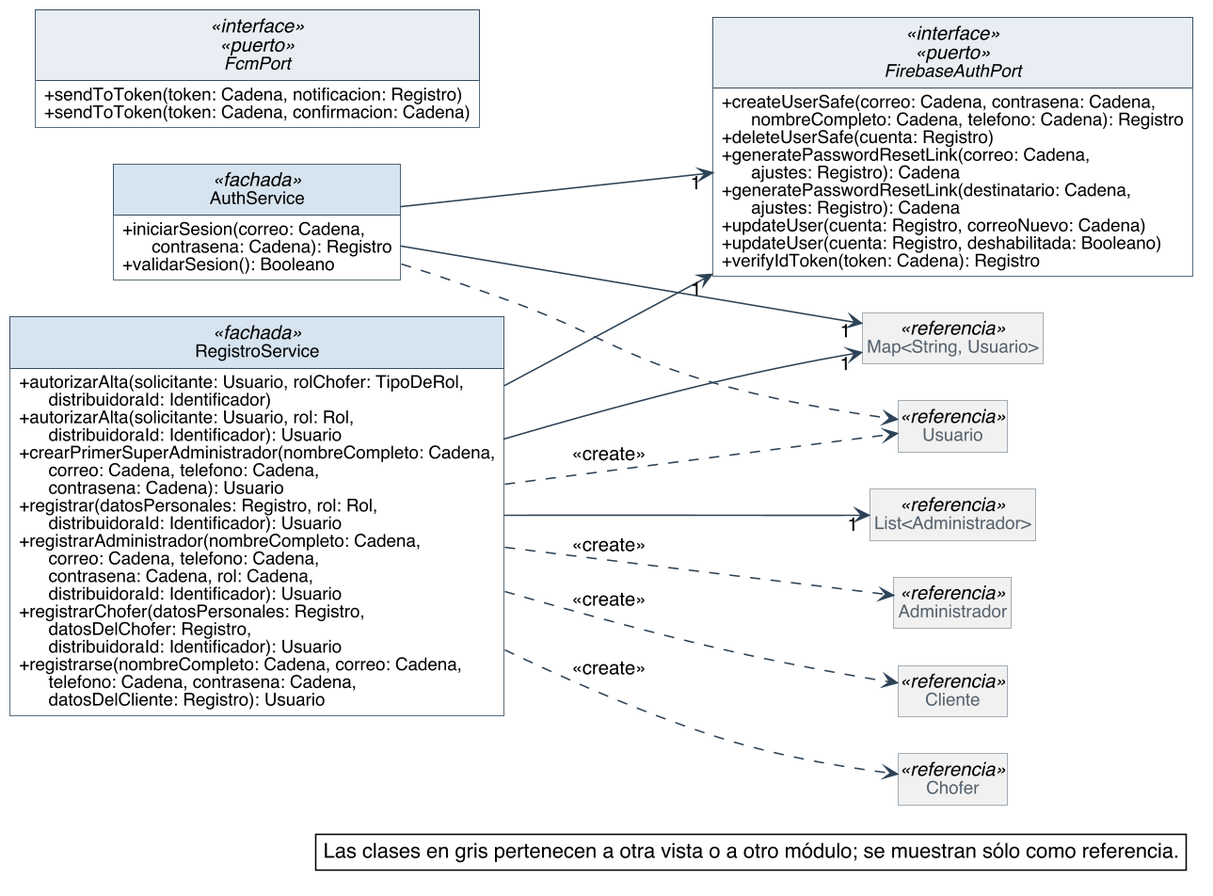
Nahuelito-Dev/splg-docs keeps this PlantUML diagram as diagramas/clases-diseno/DC_Mod_Sesion-y-registro.png. Above is the earlier version. The source it was exported from:
```plantuml
@startuml
skinparam backgroundColor #FFFFFF
skinparam shadowing false
skinparam defaultFontName Helvetica
skinparam defaultFontSize 13
skinparam dpi 150
skinparam nodesep 40
skinparam ranksep 55
skinparam classAttributeIconSize 0
skinparam roundCorner 0
skinparam genericDisplay old
skinparam class {
  BorderColor #2C4257
  BackgroundColor #FFFFFF
  ArrowColor #2C4257
  FontSize 14
  AttributeFontSize 12
  HeaderBackgroundColor #E8EEF3
}
skinparam class<<referencia>> {
  BackgroundColor #F1F1F1
  BorderColor #8A97A3
  FontColor #55616C
}
skinparam class<<fachada>> {
  HeaderBackgroundColor #D6E4F0
}
skinparam class<<controlador>> {
  HeaderBackgroundColor #D6E4F0
}
skinparam class<<fabricación pura>> {
  HeaderBackgroundColor #F3E9CF
}
skinparam class<<colección>> {
  HeaderBackgroundColor #E6E6E6
}
skinparam class<<adaptador>> {
  HeaderBackgroundColor #DCEBDD
}
skinparam interface {
  BorderColor #2C4257
  BackgroundColor #FFFFFF
  HeaderBackgroundColor #DCEBDD
  FontSize 14
  AttributeFontSize 12
}
skinparam note {
  BackgroundColor #FFFFFF
  BorderColor #2C4257
}
skinparam packageStyle rectangle
skinparam package {
  BorderColor #8A97A3
  FontSize 13
  FontColor #55616C
}
hide circle
hide empty members

left to right direction
skinparam nodesep 25
skinparam ranksep 90
class AuthService <<fachada>> {
  + iniciarSesion(correo: Cadena,\n      contrasena: Cadena): Registro
  + validarSesion(): Booleano
}
class RegistroService <<fachada>> {
  + autorizarAlta(solicitante: Usuario, rolChofer: TipoDeRol,\n      distribuidoraId: Identificador)
  + autorizarAlta(solicitante: Usuario, rol: Rol,\n      distribuidoraId: Identificador): Usuario
  + crearPrimerSuperAdministrador(nombreCompleto: Cadena,\n      correo: Cadena, telefono: Cadena,\n      contrasena: Cadena): Usuario
  + registrar(datosPersonales: Registro, rol: Rol,\n      distribuidoraId: Identificador): Usuario
  + registrarAdministrador(nombreCompleto: Cadena,\n      correo: Cadena, telefono: Cadena,\n      contrasena: Cadena, rol: Cadena,\n      distribuidoraId: Identificador): Usuario
  + registrarChofer(datosPersonales: Registro,\n      datosDelChofer: Registro,\n      distribuidoraId: Identificador): Usuario
  + registrarse(nombreCompleto: Cadena, correo: Cadena,\n      telefono: Cadena, contrasena: Cadena,\n      datosDelCliente: Registro): Usuario
}
interface FirebaseAuthPort <<interface>> <<puerto>> {
  + createUserSafe(correo: Cadena, contrasena: Cadena,\n      nombreCompleto: Cadena, telefono: Cadena): Registro
  + deleteUserSafe(cuenta: Registro)
  + generatePasswordResetLink(correo: Cadena,\n      ajustes: Registro): Cadena
  + generatePasswordResetLink(destinatario: Cadena,\n      ajustes: Registro): Cadena
  + updateUser(cuenta: Registro, correoNuevo: Cadena)
  + updateUser(cuenta: Registro, deshabilitada: Booleano)
  + verifyIdToken(token: Cadena): Registro
}
interface FcmPort <<interface>> <<puerto>> {
  + sendToToken(token: Cadena, notificacion: Registro)
  + sendToToken(token: Cadena, confirmacion: Cadena)
}
class "Map<String, Usuario>" as Map_String_Usuario <<referencia>>
class "List<Administrador>" as List_Administrador <<referencia>>
class Usuario <<referencia>>
class Cliente <<referencia>>
class Chofer <<referencia>>
class Administrador <<referencia>>

AuthService --> "1" FirebaseAuthPort
AuthService --> "1" Map_String_Usuario
RegistroService --> "1" FirebaseAuthPort
RegistroService --> "1" List_Administrador
RegistroService --> "1" Map_String_Usuario
AuthService ..> Usuario
RegistroService ..> Administrador : <<create>>
RegistroService ..> Chofer : <<create>>
RegistroService ..> Cliente : <<create>>
RegistroService ..> Usuario : <<create>>

legend bottom right
  Las clases en gris pertenecen a otra vista o a otro módulo; se muestran sólo como referencia.
endlegend
@enduml
```
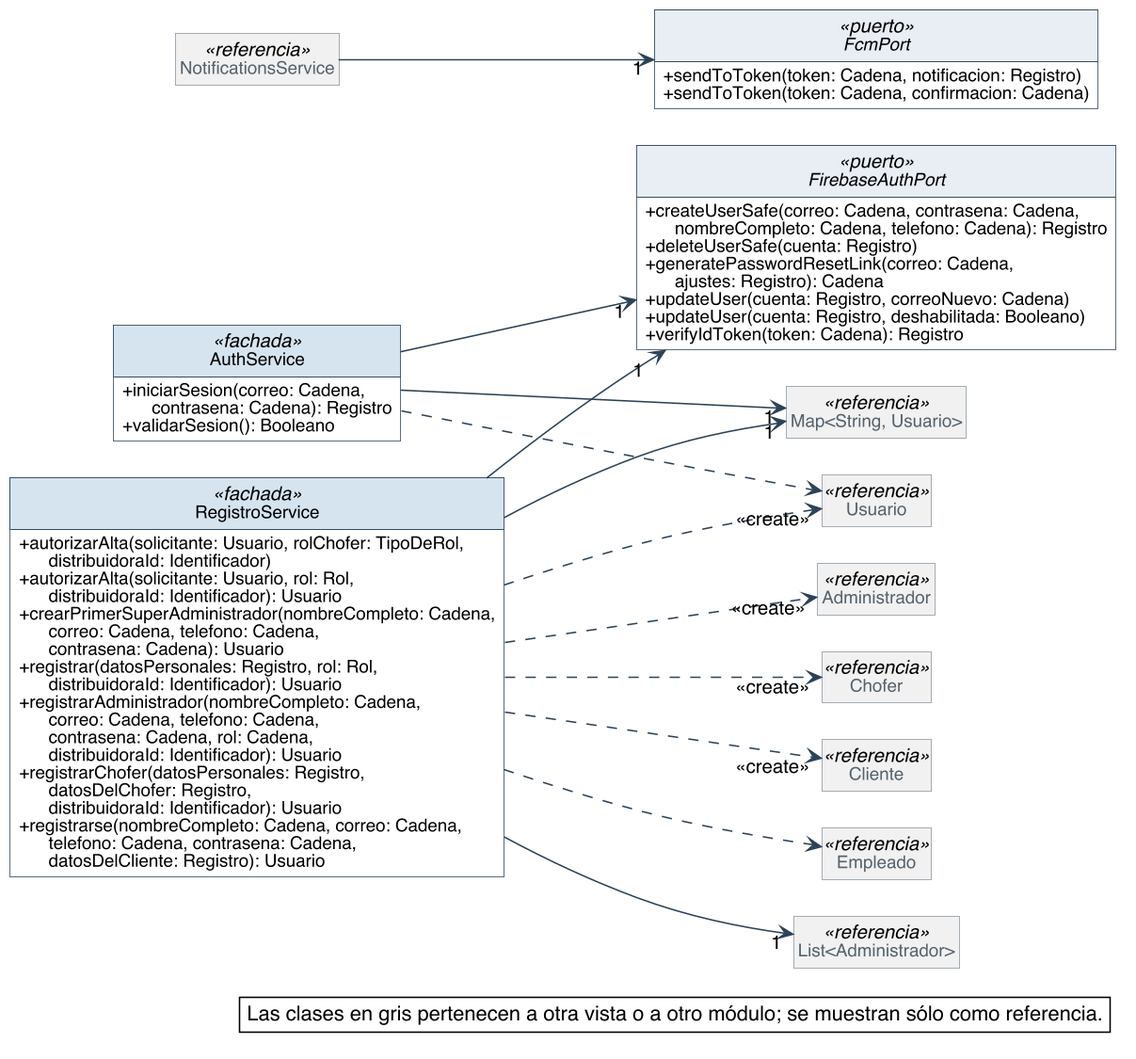
Above is the later version.

The edit, as a diff of the source:
```diff
@@ -73,25 +73,26 @@
   + registrarChofer(datosPersonales: Registro,\n      datosDelChofer: Registro,\n      distribuidoraId: Identificador): Usuario
   + registrarse(nombreCompleto: Cadena, correo: Cadena,\n      telefono: Cadena, contrasena: Cadena,\n      datosDelCliente: Registro): Usuario
 }
-interface FirebaseAuthPort <<interface>> <<puerto>> {
+interface FirebaseAuthPort <<puerto>> {
   + createUserSafe(correo: Cadena, contrasena: Cadena,\n      nombreCompleto: Cadena, telefono: Cadena): Registro
   + deleteUserSafe(cuenta: Registro)
   + generatePasswordResetLink(correo: Cadena,\n      ajustes: Registro): Cadena
-  + generatePasswordResetLink(destinatario: Cadena,\n      ajustes: Registro): Cadena
   + updateUser(cuenta: Registro, correoNuevo: Cadena)
   + updateUser(cuenta: Registro, deshabilitada: Booleano)
   + verifyIdToken(token: Cadena): Registro
 }
-interface FcmPort <<interface>> <<puerto>> {
+interface FcmPort <<puerto>> {
   + sendToToken(token: Cadena, notificacion: Registro)
   + sendToToken(token: Cadena, confirmacion: Cadena)
 }
 class "Map<String, Usuario>" as Map_String_Usuario <<referencia>>
 class "List<Administrador>" as List_Administrador <<referencia>>
 class Usuario <<referencia>>
+class Administrador <<referencia>>
+class Chofer <<referencia>>
 class Cliente <<referencia>>
-class Chofer <<referencia>>
-class Administrador <<referencia>>
+class Empleado <<referencia>>
+class NotificationsService <<referencia>>
 
 AuthService --> "1" FirebaseAuthPort
 AuthService --> "1" Map_String_Usuario
@@ -99,10 +100,12 @@
 RegistroService --> "1" List_Administrador
 RegistroService --> "1" Map_String_Usuario
 AuthService ..> Usuario
-RegistroService ..> Administrador : <<create>>
-RegistroService ..> Chofer : <<create>>
-RegistroService ..> Cliente : <<create>>
-RegistroService ..> Usuario : <<create>>
+RegistroService ..> "<<create>>" Administrador
+RegistroService ..> "<<create>>" Chofer
+RegistroService ..> "<<create>>" Cliente
+RegistroService ..> Empleado
+RegistroService ..> "<<create>>" Usuario
+NotificationsService --> "1" FcmPort
 
 legend bottom right
   Las clases en gris pertenecen a otra vista o a otro módulo; se muestran sólo como referencia.
```
